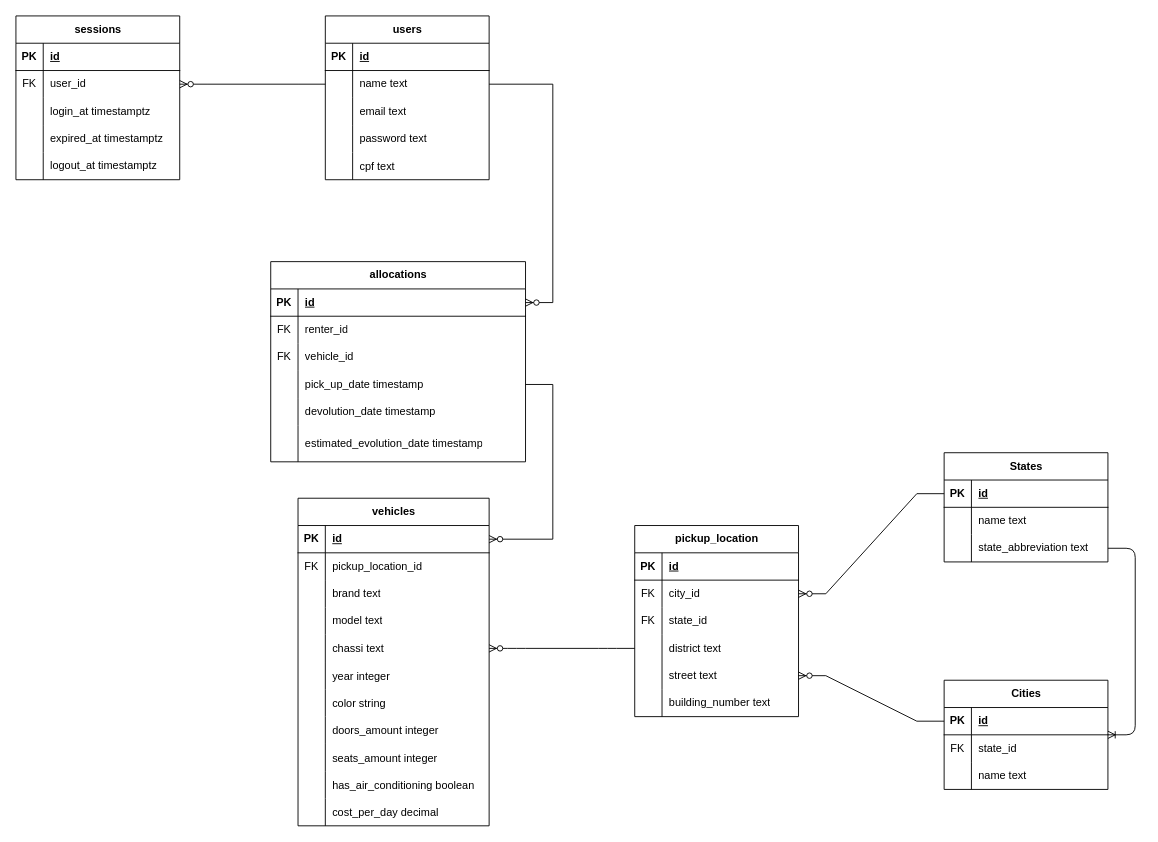
Earlier version of the draw.io diagram docs/model.drawio (RobertCrysthian/go-vehicle-allocation). Source tidied: cells renumbered, new cells numbered last; positions are measured from the earlier drawing's top-left corner, leaving out a move shared by most shapes. Both pictures are drawn from the tidied source at 91%, with x=0, y=0 at pixel (15, 15).
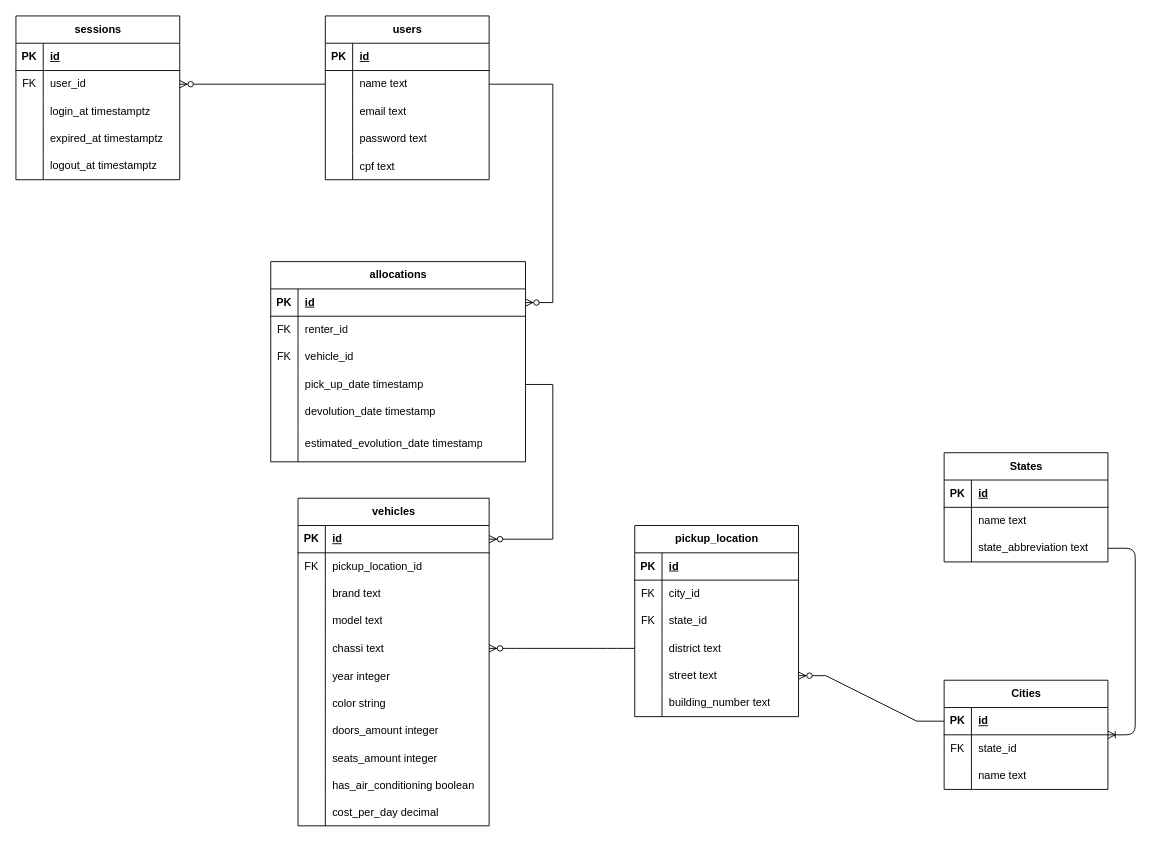
The same page after the edit.

Commit message:
Atualizando modelagem

Unchanged cells that the change refers to:
```xml
<mxCell id="73" style="shape=tableRow;horizontal=0;startSize=0;swimlaneHead=0;swimlaneBody=0;fillColor=none;points=[[0,0.5],[1,0.5]];portConstraint=eastwest;top=0;left=0;right=0;bottom=0;" parent="69" vertex="1">
  <mxGeometry y="60" width="180" height="30" as="geometry" />
</mxCell>
<mxCell id="110" style="shape=tableRow;horizontal=0;startSize=0;swimlaneHead=0;swimlaneBody=0;fillColor=none;points=[[0,0.5],[1,0.5]];portConstraint=eastwest;top=0;left=0;right=0;bottom=1;" parent="109" vertex="1">
  <mxGeometry y="30" width="180" height="30" as="geometry" />
</mxCell>
```

The edit, as a diff of the source:
```diff
@@
-    <mxCell id="130" style="edgeStyle=entityRelationEdgeStyle;fontSize=12;html=1;endArrow=ERzeroToMany;endFill=1;rounded=0;" parent="1" edge="1" source="110" target="73">
-      <mxGeometry relative="1" as="geometry" />
-    </mxCell>
```
